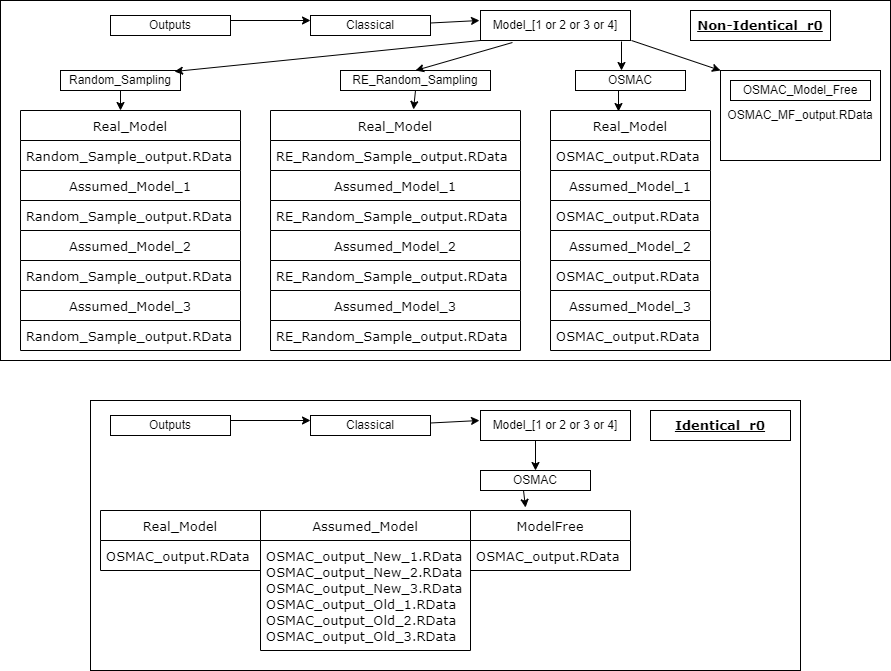
Above: Images/Outputs.png in Amalan-ConStat/RS_OS_MROS_PR_TwoVar_Normal (draw.io), before the change. Source tidied: cells renumbered, new cells last; positions are measured from the earlier drawing's top-left corner, leaving out a move shared by most shapes.
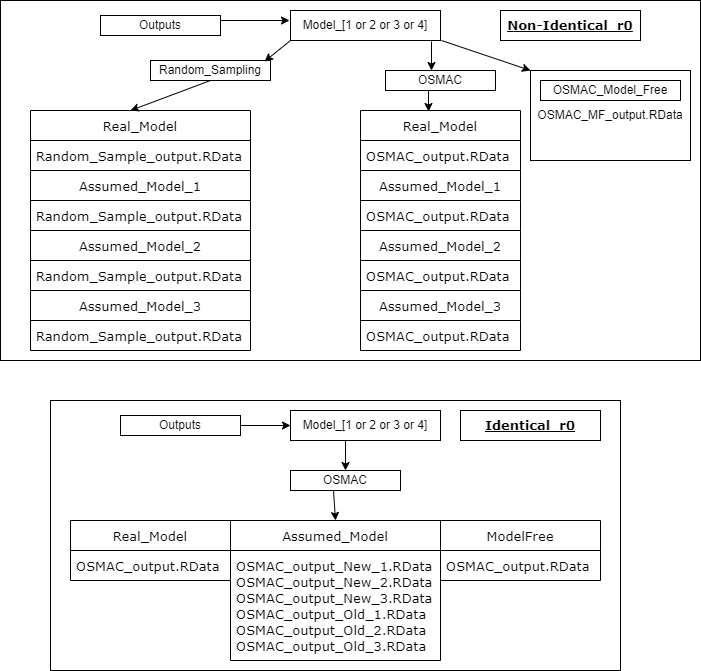
Above is the later version.

Diff of the diagram source:
```diff
@@ -3,43 +3,28 @@
     <mxCell id="0" />
     <mxCell id="1" parent="0" />
     <mxCell id="2" style="rounded=0;whiteSpace=wrap;html=1;fontFamily=Verdana;fontSize=13;fontColor=#000000;" parent="1" vertex="1">
-      <mxGeometry width="890" height="360" as="geometry" />
+      <mxGeometry x="190" width="700" height="360" as="geometry" />
     </mxCell>
     <mxCell id="3" value="Outputs" style="rounded=0;whiteSpace=wrap;html=1;" parent="1" vertex="1">
-      <mxGeometry x="110" y="15" width="120" height="20" as="geometry" />
+      <mxGeometry x="290" y="15" width="120" height="20" as="geometry" />
     </mxCell>
-    <mxCell id="4" value="Classical" style="rounded=0;whiteSpace=wrap;html=1;" parent="1" vertex="1">
-      <mxGeometry x="310" y="15" width="120" height="20" as="geometry" />
-    </mxCell>
     <mxCell id="5" value="Model_[1 or 2 or 3 or 4]" style="rounded=0;whiteSpace=wrap;html=1;" parent="1" vertex="1">
       <mxGeometry x="480" y="10" width="150" height="30" as="geometry" />
     </mxCell>
     <mxCell id="6" value="Random_Sampling" style="rounded=0;whiteSpace=wrap;html=1;" parent="1" vertex="1">
-      <mxGeometry x="60" y="70" width="120" height="20" as="geometry" />
+      <mxGeometry x="340" y="60" width="120" height="20" as="geometry" />
     </mxCell>
-    <mxCell id="7" value="RE_Random_Sampling" style="rounded=0;whiteSpace=wrap;html=1;" parent="1" vertex="1">
-      <mxGeometry x="340" y="70" width="150" height="20" as="geometry" />
-    </mxCell>
     <mxCell id="8" value="OSMAC" style="rounded=0;whiteSpace=wrap;html=1;" parent="1" vertex="1">
       <mxGeometry x="575" y="70" width="110" height="20" as="geometry" />
     </mxCell>
-    <mxCell id="9" style="endArrow=classic;html=1;exitX=1;exitY=0.25;exitDx=0;exitDy=0;" parent="1" edge="1" source="3">
-      <mxGeometry relative="1" as="geometry">
-        <mxPoint x="310" y="20" as="targetPoint" />
-      </mxGeometry>
-    </mxCell>
-    <mxCell id="10" style="endArrow=classic;html=1;exitX=1;exitY=0.25;exitDx=0;exitDy=0;" parent="1" edge="1">
+    <mxCell id="10" style="endArrow=classic;html=1;exitX=1;exitY=0.25;exitDx=0;exitDy=0;" parent="1" edge="1" source="3">
       <mxGeometry relative="1" as="geometry">
-        <mxPoint x="430" y="22.5" as="sourcePoint" />
         <mxPoint x="479" y="20" as="targetPoint" />
       </mxGeometry>
     </mxCell>
     <mxCell id="11" style="endArrow=classic;html=1;exitX=0;exitY=1;exitDx=0;exitDy=0;entryX=0.95;entryY=0.05;entryDx=0;entryDy=0;entryPerimeter=0;" parent="1" edge="1" source="5" target="6">
       <mxGeometry relative="1" as="geometry" />
     </mxCell>
-    <mxCell id="12" style="endArrow=classic;html=1;exitX=0.213;exitY=1.067;exitDx=0;exitDy=0;entryX=0.5;entryY=0;entryDx=0;entryDy=0;exitPerimeter=0;" parent="1" edge="1" source="5" target="7">
-      <mxGeometry relative="1" as="geometry" />
-    </mxCell>
     <mxCell id="13" style="endArrow=classic;html=1;exitX=0.94;exitY=1.033;exitDx=0;exitDy=0;exitPerimeter=0;" parent="1" edge="1" source="5">
       <mxGeometry relative="1" as="geometry">
         <mxPoint x="621" y="70" as="targetPoint" />
@@ -83,32 +68,8 @@
     <mxCell id="25" value="OSMAC_output.RData" style="text;strokeColor=none;fillColor=none;align=left;verticalAlign=middle;spacingLeft=4;spacingRight=4;overflow=hidden;fontFamily=Verdana;fontSize=13;fontColor=#000000;" parent="24" vertex="1">
       <mxGeometry y="30" width="160" height="30" as="geometry" />
     </mxCell>
-    <mxCell id="26" value="Real_Model" style="swimlane;fontStyle=0;horizontal=1;startSize=30;fontFamily=Verdana;fontSize=13;fontColor=#000000;" parent="1" vertex="1">
-      <mxGeometry x="270" y="110" width="250" height="60" as="geometry" />
-    </mxCell>
-    <mxCell id="27" value="RE_Random_Sample_output.RData" style="text;strokeColor=none;fillColor=none;align=left;verticalAlign=middle;spacingLeft=4;spacingRight=4;overflow=hidden;fontFamily=Verdana;fontSize=13;fontColor=#000000;" parent="26" vertex="1">
-      <mxGeometry y="30" width="250" height="30" as="geometry" />
-    </mxCell>
-    <mxCell id="28" value="Assumed_Model_1" style="swimlane;fontStyle=0;horizontal=1;startSize=30;fontFamily=Verdana;fontSize=13;fontColor=#000000;" parent="1" vertex="1">
-      <mxGeometry x="270" y="170" width="250" height="60" as="geometry" />
-    </mxCell>
-    <mxCell id="29" value="RE_Random_Sample_output.RData" style="text;strokeColor=none;fillColor=none;align=left;verticalAlign=middle;spacingLeft=4;spacingRight=4;overflow=hidden;fontFamily=Verdana;fontSize=13;fontColor=#000000;" parent="28" vertex="1">
-      <mxGeometry y="30" width="250" height="30" as="geometry" />
-    </mxCell>
-    <mxCell id="30" value="Assumed_Model_2" style="swimlane;fontStyle=0;horizontal=1;startSize=30;fontFamily=Verdana;fontSize=13;fontColor=#000000;" parent="1" vertex="1">
-      <mxGeometry x="270" y="230" width="250" height="60" as="geometry" />
-    </mxCell>
-    <mxCell id="31" value="RE_Random_Sample_output.RData" style="text;strokeColor=none;fillColor=none;align=left;verticalAlign=middle;spacingLeft=4;spacingRight=4;overflow=hidden;fontFamily=Verdana;fontSize=13;fontColor=#000000;" parent="30" vertex="1">
-      <mxGeometry y="30" width="250" height="30" as="geometry" />
-    </mxCell>
-    <mxCell id="32" value="Assumed_Model_3" style="swimlane;fontStyle=0;horizontal=1;startSize=30;fontFamily=Verdana;fontSize=13;fontColor=#000000;" parent="1" vertex="1">
-      <mxGeometry x="270" y="290" width="250" height="60" as="geometry" />
-    </mxCell>
-    <mxCell id="33" value="RE_Random_Sample_output.RData" style="text;strokeColor=none;fillColor=none;align=left;verticalAlign=middle;spacingLeft=4;spacingRight=4;overflow=hidden;fontFamily=Verdana;fontSize=13;fontColor=#000000;" parent="32" vertex="1">
-      <mxGeometry y="30" width="250" height="30" as="geometry" />
-    </mxCell>
     <mxCell id="34" value="Real_Model" style="swimlane;fontStyle=0;horizontal=1;startSize=30;fontFamily=Verdana;fontSize=13;fontColor=#000000;" parent="1" vertex="1">
-      <mxGeometry x="20" y="110" width="220" height="60" as="geometry" />
+      <mxGeometry x="220" y="110" width="220" height="60" as="geometry" />
     </mxCell>
     <mxCell id="35" style="endArrow=classic;html=1;rounded=0;fontFamily=Verdana;fontSize=13;fontColor=#000000;exitX=0.5;exitY=1;exitDx=0;exitDy=0;" parent="34" edge="1" source="6">
       <mxGeometry relative="1" as="geometry">
@@ -119,55 +80,41 @@
       <mxGeometry y="30" width="220" height="30" as="geometry" />
     </mxCell>
     <mxCell id="37" value="Assumed_Model_1" style="swimlane;fontStyle=0;horizontal=1;startSize=30;fontFamily=Verdana;fontSize=13;fontColor=#000000;" parent="1" vertex="1">
-      <mxGeometry x="20" y="170" width="220" height="60" as="geometry" />
+      <mxGeometry x="220" y="170" width="220" height="60" as="geometry" />
     </mxCell>
     <mxCell id="38" value="Random_Sample_output.RData" style="text;strokeColor=none;fillColor=none;align=left;verticalAlign=middle;spacingLeft=4;spacingRight=4;overflow=hidden;fontFamily=Verdana;fontSize=13;fontColor=#000000;" parent="37" vertex="1">
       <mxGeometry y="30" width="220" height="30" as="geometry" />
     </mxCell>
     <mxCell id="39" value="Assumed_Model_2" style="swimlane;fontStyle=0;horizontal=1;startSize=30;fontFamily=Verdana;fontSize=13;fontColor=#000000;" parent="1" vertex="1">
-      <mxGeometry x="20" y="230" width="220" height="60" as="geometry" />
+      <mxGeometry x="220" y="230" width="220" height="60" as="geometry" />
     </mxCell>
     <mxCell id="40" value="Random_Sample_output.RData" style="text;strokeColor=none;fillColor=none;align=left;verticalAlign=middle;spacingLeft=4;spacingRight=4;overflow=hidden;fontFamily=Verdana;fontSize=13;fontColor=#000000;" parent="39" vertex="1">
       <mxGeometry y="30" width="220" height="30" as="geometry" />
     </mxCell>
     <mxCell id="41" value="Assumed_Model_3" style="swimlane;fontStyle=0;horizontal=1;startSize=30;fontFamily=Verdana;fontSize=13;fontColor=#000000;" parent="1" vertex="1">
-      <mxGeometry x="20" y="290" width="220" height="60" as="geometry" />
+      <mxGeometry x="220" y="290" width="220" height="60" as="geometry" />
     </mxCell>
     <mxCell id="42" value="Random_Sample_output.RData" style="text;strokeColor=none;fillColor=none;align=left;verticalAlign=middle;spacingLeft=4;spacingRight=4;overflow=hidden;fontFamily=Verdana;fontSize=13;fontColor=#000000;" parent="41" vertex="1">
       <mxGeometry y="30" width="220" height="30" as="geometry" />
     </mxCell>
-    <mxCell id="43" style="endArrow=classic;html=1;rounded=0;fontFamily=Verdana;fontSize=13;fontColor=#000000;entryX=0.572;entryY=-0.017;entryDx=0;entryDy=0;entryPerimeter=0;exitX=0.5;exitY=1;exitDx=0;exitDy=0;" parent="1" edge="1" source="7" target="26">
-      <mxGeometry relative="1" as="geometry" />
-    </mxCell>
     <mxCell id="44" style="endArrow=classic;html=1;rounded=0;fontFamily=Verdana;fontSize=13;fontColor=#000000;exitX=0.391;exitY=1;exitDx=0;exitDy=0;exitPerimeter=0;entryX=0.425;entryY=0.017;entryDx=0;entryDy=0;entryPerimeter=0;" parent="1" edge="1" source="8" target="18">
       <mxGeometry relative="1" as="geometry" />
     </mxCell>
     <mxCell id="45" style="rounded=0;whiteSpace=wrap;html=1;fontFamily=Verdana;fontSize=13;fontColor=#000000;" parent="1" vertex="1">
-      <mxGeometry x="90" y="400" width="710" height="270" as="geometry" />
+      <mxGeometry x="240" y="400" width="570" height="270" as="geometry" />
     </mxCell>
+    <mxCell id="61" style="edgeStyle=orthogonalEdgeStyle;rounded=0;jettySize=auto;html=1;" parent="1" edge="1" source="46" target="48">
+      <mxGeometry relative="1" as="geometry" />
+    </mxCell>
     <mxCell id="46" value="Outputs" style="rounded=0;whiteSpace=wrap;html=1;" parent="1" vertex="1">
-      <mxGeometry x="110" y="415" width="120" height="20" as="geometry" />
+      <mxGeometry x="310" y="415" width="120" height="20" as="geometry" />
     </mxCell>
-    <mxCell id="47" value="Classical" style="rounded=0;whiteSpace=wrap;html=1;" parent="1" vertex="1">
-      <mxGeometry x="310" y="415" width="120" height="20" as="geometry" />
-    </mxCell>
     <mxCell id="48" value="Model_[1 or 2 or 3 or 4]" style="rounded=0;whiteSpace=wrap;html=1;" parent="1" vertex="1">
       <mxGeometry x="480" y="410" width="150" height="30" as="geometry" />
     </mxCell>
     <mxCell id="49" value="OSMAC" style="rounded=0;whiteSpace=wrap;html=1;" parent="1" vertex="1">
       <mxGeometry x="480" y="470" width="110" height="20" as="geometry" />
     </mxCell>
-    <mxCell id="50" style="endArrow=classic;html=1;exitX=1;exitY=0.25;exitDx=0;exitDy=0;" parent="1" edge="1" source="46">
-      <mxGeometry relative="1" as="geometry">
-        <mxPoint x="310" y="420" as="targetPoint" />
-      </mxGeometry>
-    </mxCell>
-    <mxCell id="51" style="endArrow=classic;html=1;exitX=1;exitY=0.25;exitDx=0;exitDy=0;" parent="1" edge="1">
-      <mxGeometry relative="1" as="geometry">
-        <mxPoint x="430" y="422.5" as="sourcePoint" />
-        <mxPoint x="479" y="420" as="targetPoint" />
-      </mxGeometry>
-    </mxCell>
     <mxCell id="52" style="endArrow=classic;html=1;entryX=0.5;entryY=0;entryDx=0;entryDy=0;" parent="1" edge="1" target="49">
       <mxGeometry relative="1" as="geometry">
         <mxPoint x="535" y="440" as="sourcePoint" />
@@ -177,24 +124,24 @@
       <mxGeometry x="650" y="410" width="140" height="30" as="geometry" />
     </mxCell>
     <mxCell id="54" value="Real_Model" style="swimlane;fontStyle=0;horizontal=1;startSize=30;fontFamily=Verdana;fontSize=13;fontColor=#000000;" parent="1" vertex="1">
-      <mxGeometry x="100" y="510" width="160" height="60" as="geometry" />
+      <mxGeometry x="260" y="520" width="160" height="60" as="geometry" />
     </mxCell>
     <mxCell id="55" value="OSMAC_output.RData" style="text;strokeColor=none;fillColor=none;align=left;verticalAlign=middle;spacingLeft=4;spacingRight=4;overflow=hidden;fontFamily=Verdana;fontSize=13;fontColor=#000000;" parent="54" vertex="1">
       <mxGeometry y="30" width="160" height="30" as="geometry" />
     </mxCell>
     <mxCell id="56" value="Assumed_Model" style="swimlane;fontStyle=0;horizontal=1;startSize=30;fontFamily=Verdana;fontSize=13;fontColor=#000000;" parent="1" vertex="1">
-      <mxGeometry x="260" y="510" width="210" height="140" as="geometry" />
+      <mxGeometry x="420" y="520" width="210" height="140" as="geometry" />
     </mxCell>
     <mxCell id="57" value="OSMAC_output_New_1.RData&#10;OSMAC_output_New_2.RData&#10;OSMAC_output_New_3.RData&#10;OSMAC_output_Old_1.RData&#10;OSMAC_output_Old_2.RData&#10;OSMAC_output_Old_3.RData" style="text;strokeColor=none;fillColor=none;align=left;verticalAlign=middle;spacingLeft=4;spacingRight=4;overflow=hidden;fontFamily=Verdana;fontSize=13;fontColor=#000000;" parent="56" vertex="1">
       <mxGeometry y="30" width="210" height="110" as="geometry" />
     </mxCell>
     <mxCell id="58" value="ModelFree" style="swimlane;fontStyle=0;horizontal=1;startSize=30;fontFamily=Verdana;fontSize=13;fontColor=#000000;" parent="1" vertex="1">
-      <mxGeometry x="470" y="510" width="160" height="60" as="geometry" />
+      <mxGeometry x="630" y="520" width="160" height="60" as="geometry" />
     </mxCell>
     <mxCell id="59" value="OSMAC_output.RData" style="text;strokeColor=none;fillColor=none;align=left;verticalAlign=middle;spacingLeft=4;spacingRight=4;overflow=hidden;fontFamily=Verdana;fontSize=13;fontColor=#000000;" parent="58" vertex="1">
       <mxGeometry y="30" width="160" height="30" as="geometry" />
     </mxCell>
-    <mxCell id="60" style="endArrow=classic;html=1;rounded=0;fontFamily=Verdana;fontSize=13;fontColor=#000000;exitX=0.391;exitY=1;exitDx=0;exitDy=0;exitPerimeter=0;entryX=0.344;entryY=-0.05;entryDx=0;entryDy=0;entryPerimeter=0;" parent="1" edge="1" source="49" target="58">
+    <mxCell id="60" style="endArrow=classic;html=1;rounded=0;fontFamily=Verdana;fontSize=13;fontColor=#000000;exitX=0.391;exitY=1;exitDx=0;exitDy=0;exitPerimeter=0;entryX=0.5;entryY=0;entryDx=0;entryDy=0;" parent="1" edge="1" source="49" target="56">
       <mxGeometry relative="1" as="geometry" />
     </mxCell>
   </root>
```
